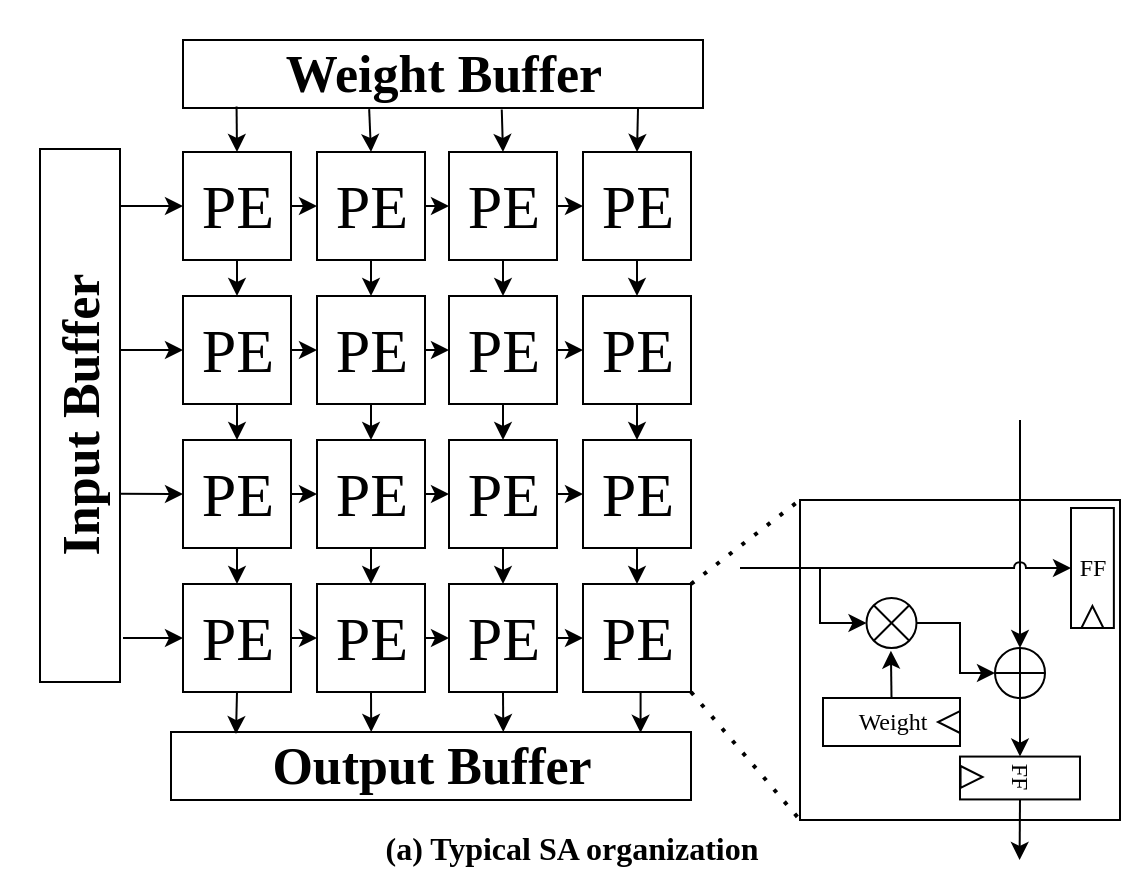
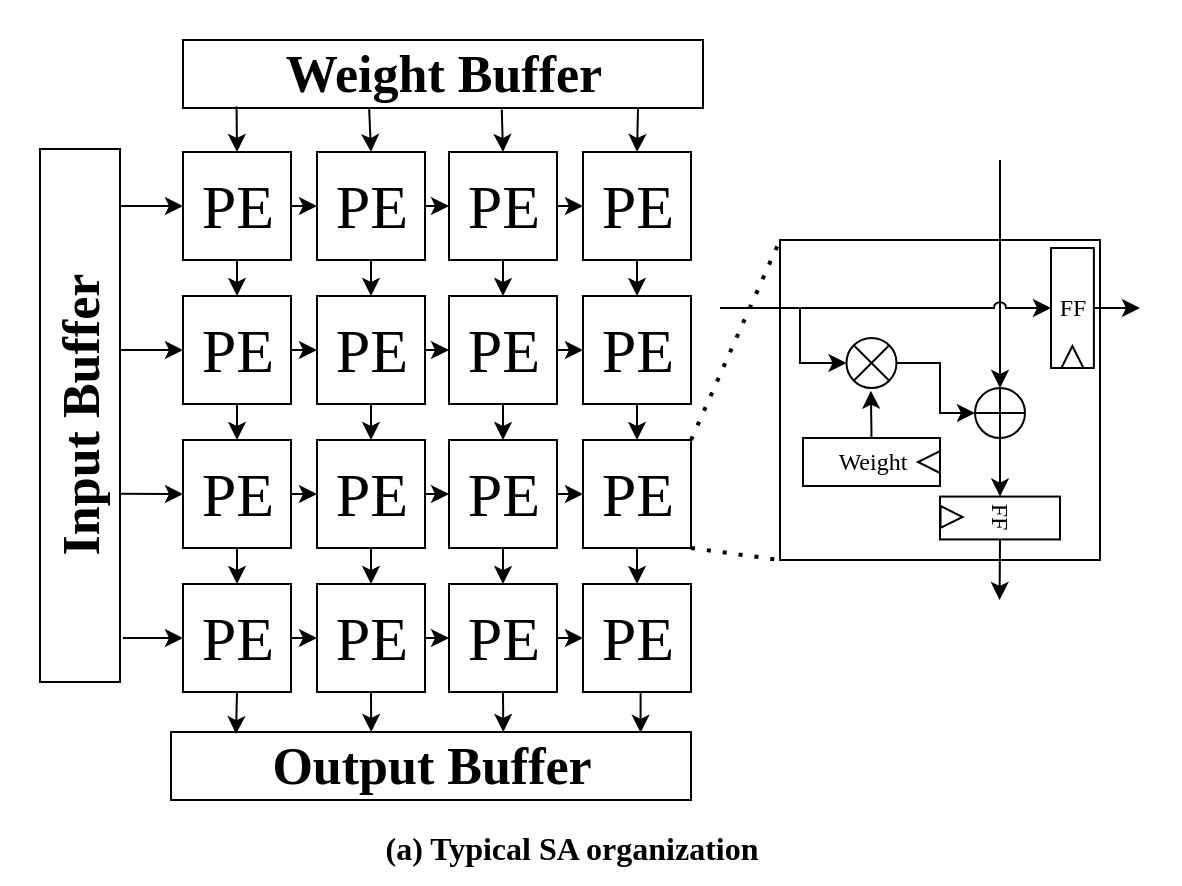
<mxfile host="app.diagrams.net">
  <diagram name="第 1 页" id="MTbq0-NKE9sr4TgVQGum">
    <mxGraphModel dx="728" dy="400" grid="1" gridSize="10" guides="1" tooltips="1" connect="1" arrows="1" fold="1" page="1" pageScale="1" pageWidth="827" pageHeight="1169" math="0" shadow="0">
      <root>
        <mxCell id="0" />
        <mxCell id="1" parent="0" />
        <mxCell id="c-zWKN-_BSrZwwv6UWUC-82" parent="1" style="rounded=0;whiteSpace=wrap;html=1;fillColor=none;strokeColor=none;movable=0;resizable=0;rotatable=0;deletable=0;editable=0;locked=1;connectable=0;" value="" vertex="1">
-           <mxGeometry height="442" width="561.5" x="220" y="230" as="geometry" />
+           <mxGeometry height="442" width="590" x="220" y="230" as="geometry" />
        </mxCell>
        <mxCell id="c-zWKN-_BSrZwwv6UWUC-2" parent="1" style="text;html=1;strokeColor=none;fillColor=none;align=center;verticalAlign=middle;whiteSpace=wrap;rounded=0;fontSize=16;fontFamily=Times New Roman;" value="&lt;b&gt;(a) Typical SA organization&lt;/b&gt;" vertex="1">
          <mxGeometry height="28" width="310" x="350.75" y="640" as="geometry" />
        </mxCell>
        <mxCell id="c-zWKN-_BSrZwwv6UWUC-5" parent="1" style="rounded=0;whiteSpace=wrap;html=1;strokeColor=#000000;fillColor=#ffffff;fontSize=12;fontSize=12;fontFamily=Times New Roman;" value="&lt;b&gt;&lt;font style=&quot;font-size: 26px;&quot;&gt;Weight Buffer&lt;/font&gt;&lt;/b&gt;" vertex="1">
          <mxGeometry height="34" width="260" x="311.5" y="250" as="geometry" />
        </mxCell>
        <mxCell id="c-zWKN-_BSrZwwv6UWUC-6" parent="1" style="rounded=0;whiteSpace=wrap;html=1;strokeColor=#000000;fillColor=#ffffff;fontSize=12;direction=west;rotation=-90;fontSize=12;fontFamily=Times New Roman;" value="&lt;b&gt;&lt;font style=&quot;font-size: 26px;&quot;&gt;Input Buffer&lt;/font&gt;&lt;/b&gt;" vertex="1">
          <mxGeometry height="40" width="266.5" x="126.75" y="417.75" as="geometry" />
        </mxCell>
        <mxCell id="c-zWKN-_BSrZwwv6UWUC-7" parent="1" style="rounded=0;whiteSpace=wrap;html=1;strokeColor=#000000;fillColor=#ffffff;fontSize=12;fontSize=12;fontFamily=Times New Roman;" value="&lt;b&gt;&lt;font style=&quot;font-size: 26px;&quot;&gt;Output Buffer&lt;/font&gt;&lt;/b&gt;" vertex="1">
          <mxGeometry height="34" width="260" x="305.5" y="596" as="geometry" />
        </mxCell>
        <mxCell id="c-zWKN-_BSrZwwv6UWUC-8" connectable="0" parent="1" style="group" value="" vertex="1">
          <mxGeometry height="54" width="254" x="311.5" y="306" as="geometry" />
        </mxCell>
        <mxCell id="c-zWKN-_BSrZwwv6UWUC-9" edge="1" parent="c-zWKN-_BSrZwwv6UWUC-8" source="c-zWKN-_BSrZwwv6UWUC-10" style="edgeStyle=orthogonalEdgeStyle;rounded=0;orthogonalLoop=1;jettySize=auto;html=1;exitX=1;exitY=0.5;exitDx=0;exitDy=0;entryX=0;entryY=0.5;entryDx=0;entryDy=0;fontFamily=Times New Roman;fontSize=12;fontColor=default;" target="c-zWKN-_BSrZwwv6UWUC-12">
          <mxGeometry relative="1" as="geometry" />
        </mxCell>
        <mxCell id="c-zWKN-_BSrZwwv6UWUC-10" parent="c-zWKN-_BSrZwwv6UWUC-8" style="whiteSpace=wrap;html=1;aspect=fixed;fontFamily=Times New Roman;" value="&lt;font style=&quot;font-size: 31px;&quot;&gt;PE&lt;/font&gt;" vertex="1">
          <mxGeometry height="54" width="54" as="geometry" />
        </mxCell>
        <mxCell id="c-zWKN-_BSrZwwv6UWUC-11" edge="1" parent="c-zWKN-_BSrZwwv6UWUC-8" source="c-zWKN-_BSrZwwv6UWUC-12" style="edgeStyle=orthogonalEdgeStyle;rounded=0;orthogonalLoop=1;jettySize=auto;html=1;exitX=1;exitY=0.5;exitDx=0;exitDy=0;entryX=0;entryY=0.5;entryDx=0;entryDy=0;fontFamily=Times New Roman;fontSize=12;fontColor=default;" target="c-zWKN-_BSrZwwv6UWUC-14">
          <mxGeometry relative="1" as="geometry" />
        </mxCell>
        <mxCell id="c-zWKN-_BSrZwwv6UWUC-12" parent="c-zWKN-_BSrZwwv6UWUC-8" style="whiteSpace=wrap;html=1;aspect=fixed;fontFamily=Times New Roman;" value="&lt;font style=&quot;font-size: 31px;&quot;&gt;PE&lt;/font&gt;" vertex="1">
          <mxGeometry height="54" width="54" x="67" as="geometry" />
        </mxCell>
        <mxCell id="c-zWKN-_BSrZwwv6UWUC-13" edge="1" parent="c-zWKN-_BSrZwwv6UWUC-8" source="c-zWKN-_BSrZwwv6UWUC-14" style="edgeStyle=orthogonalEdgeStyle;rounded=0;orthogonalLoop=1;jettySize=auto;html=1;exitX=1;exitY=0.5;exitDx=0;exitDy=0;entryX=0;entryY=0.5;entryDx=0;entryDy=0;fontFamily=Times New Roman;fontSize=12;fontColor=default;" target="c-zWKN-_BSrZwwv6UWUC-15">
          <mxGeometry relative="1" as="geometry" />
        </mxCell>
        <mxCell id="c-zWKN-_BSrZwwv6UWUC-14" parent="c-zWKN-_BSrZwwv6UWUC-8" style="whiteSpace=wrap;html=1;aspect=fixed;fontFamily=Times New Roman;" value="&lt;font style=&quot;font-size: 31px;&quot;&gt;PE&lt;/font&gt;" vertex="1">
          <mxGeometry height="54" width="54" x="133" as="geometry" />
        </mxCell>
        <mxCell id="c-zWKN-_BSrZwwv6UWUC-15" parent="c-zWKN-_BSrZwwv6UWUC-8" style="whiteSpace=wrap;html=1;aspect=fixed;fontFamily=Times New Roman;" value="&lt;font style=&quot;font-size: 31px;&quot;&gt;PE&lt;/font&gt;" vertex="1">
          <mxGeometry height="54" width="54" x="200" as="geometry" />
        </mxCell>
        <mxCell id="c-zWKN-_BSrZwwv6UWUC-16" connectable="0" parent="1" style="group" value="" vertex="1">
          <mxGeometry height="54" width="254" x="311.5" y="378" as="geometry" />
        </mxCell>
        <mxCell id="c-zWKN-_BSrZwwv6UWUC-17" edge="1" parent="c-zWKN-_BSrZwwv6UWUC-16" source="c-zWKN-_BSrZwwv6UWUC-18" style="edgeStyle=orthogonalEdgeStyle;rounded=0;orthogonalLoop=1;jettySize=auto;html=1;exitX=1;exitY=0.5;exitDx=0;exitDy=0;entryX=0;entryY=0.5;entryDx=0;entryDy=0;fontFamily=Times New Roman;fontSize=12;fontColor=default;" target="c-zWKN-_BSrZwwv6UWUC-20">
          <mxGeometry relative="1" as="geometry" />
        </mxCell>
        <mxCell id="c-zWKN-_BSrZwwv6UWUC-18" parent="c-zWKN-_BSrZwwv6UWUC-16" style="whiteSpace=wrap;html=1;aspect=fixed;fontFamily=Times New Roman;" value="&lt;font style=&quot;font-size: 31px;&quot;&gt;PE&lt;/font&gt;" vertex="1">
          <mxGeometry height="54" width="54" as="geometry" />
        </mxCell>
        <mxCell id="c-zWKN-_BSrZwwv6UWUC-19" edge="1" parent="c-zWKN-_BSrZwwv6UWUC-16" source="c-zWKN-_BSrZwwv6UWUC-20" style="edgeStyle=orthogonalEdgeStyle;rounded=0;orthogonalLoop=1;jettySize=auto;html=1;exitX=1;exitY=0.5;exitDx=0;exitDy=0;entryX=0;entryY=0.5;entryDx=0;entryDy=0;fontFamily=Times New Roman;fontSize=12;fontColor=default;" target="c-zWKN-_BSrZwwv6UWUC-22">
          <mxGeometry relative="1" as="geometry" />
        </mxCell>
        <mxCell id="c-zWKN-_BSrZwwv6UWUC-20" parent="c-zWKN-_BSrZwwv6UWUC-16" style="whiteSpace=wrap;html=1;aspect=fixed;fontFamily=Times New Roman;" value="&lt;font style=&quot;font-size: 31px;&quot;&gt;PE&lt;/font&gt;" vertex="1">
          <mxGeometry height="54" width="54" x="67" as="geometry" />
        </mxCell>
        <mxCell id="c-zWKN-_BSrZwwv6UWUC-21" edge="1" parent="c-zWKN-_BSrZwwv6UWUC-16" source="c-zWKN-_BSrZwwv6UWUC-22" style="edgeStyle=orthogonalEdgeStyle;rounded=0;orthogonalLoop=1;jettySize=auto;html=1;exitX=1;exitY=0.5;exitDx=0;exitDy=0;entryX=0;entryY=0.5;entryDx=0;entryDy=0;fontFamily=Times New Roman;fontSize=12;fontColor=default;" target="c-zWKN-_BSrZwwv6UWUC-23">
          <mxGeometry relative="1" as="geometry" />
        </mxCell>
        <mxCell id="c-zWKN-_BSrZwwv6UWUC-22" parent="c-zWKN-_BSrZwwv6UWUC-16" style="whiteSpace=wrap;html=1;aspect=fixed;fontFamily=Times New Roman;" value="&lt;font style=&quot;font-size: 31px;&quot;&gt;PE&lt;/font&gt;" vertex="1">
          <mxGeometry height="54" width="54" x="133" as="geometry" />
        </mxCell>
        <mxCell id="c-zWKN-_BSrZwwv6UWUC-23" parent="c-zWKN-_BSrZwwv6UWUC-16" style="whiteSpace=wrap;html=1;aspect=fixed;fontFamily=Times New Roman;" value="&lt;font style=&quot;font-size: 31px;&quot;&gt;PE&lt;/font&gt;" vertex="1">
          <mxGeometry height="54" width="54" x="200" as="geometry" />
        </mxCell>
        <mxCell id="c-zWKN-_BSrZwwv6UWUC-24" connectable="0" parent="1" style="group" value="" vertex="1">
          <mxGeometry height="54" width="254" x="311.5" y="450" as="geometry" />
        </mxCell>
        <mxCell id="c-zWKN-_BSrZwwv6UWUC-25" edge="1" parent="c-zWKN-_BSrZwwv6UWUC-24" source="c-zWKN-_BSrZwwv6UWUC-26" style="edgeStyle=orthogonalEdgeStyle;rounded=0;orthogonalLoop=1;jettySize=auto;html=1;exitX=1;exitY=0.5;exitDx=0;exitDy=0;entryX=0;entryY=0.5;entryDx=0;entryDy=0;fontFamily=Times New Roman;fontSize=12;fontColor=default;" target="c-zWKN-_BSrZwwv6UWUC-28">
          <mxGeometry relative="1" as="geometry" />
        </mxCell>
        <mxCell id="c-zWKN-_BSrZwwv6UWUC-26" parent="c-zWKN-_BSrZwwv6UWUC-24" style="whiteSpace=wrap;html=1;aspect=fixed;fontFamily=Times New Roman;" value="&lt;font style=&quot;font-size: 31px;&quot;&gt;PE&lt;/font&gt;" vertex="1">
          <mxGeometry height="54" width="54" as="geometry" />
        </mxCell>
        <mxCell id="c-zWKN-_BSrZwwv6UWUC-27" edge="1" parent="c-zWKN-_BSrZwwv6UWUC-24" source="c-zWKN-_BSrZwwv6UWUC-28" style="edgeStyle=orthogonalEdgeStyle;rounded=0;orthogonalLoop=1;jettySize=auto;html=1;exitX=1;exitY=0.5;exitDx=0;exitDy=0;entryX=0;entryY=0.5;entryDx=0;entryDy=0;fontFamily=Times New Roman;fontSize=12;fontColor=default;" target="c-zWKN-_BSrZwwv6UWUC-30">
          <mxGeometry relative="1" as="geometry" />
        </mxCell>
        <mxCell id="c-zWKN-_BSrZwwv6UWUC-28" parent="c-zWKN-_BSrZwwv6UWUC-24" style="whiteSpace=wrap;html=1;aspect=fixed;fontFamily=Times New Roman;" value="&lt;font style=&quot;font-size: 31px;&quot;&gt;PE&lt;/font&gt;" vertex="1">
          <mxGeometry height="54" width="54" x="67" as="geometry" />
        </mxCell>
        <mxCell id="c-zWKN-_BSrZwwv6UWUC-29" edge="1" parent="c-zWKN-_BSrZwwv6UWUC-24" source="c-zWKN-_BSrZwwv6UWUC-30" style="edgeStyle=orthogonalEdgeStyle;rounded=0;orthogonalLoop=1;jettySize=auto;html=1;exitX=1;exitY=0.5;exitDx=0;exitDy=0;entryX=0;entryY=0.5;entryDx=0;entryDy=0;fontFamily=Times New Roman;fontSize=12;fontColor=default;" target="c-zWKN-_BSrZwwv6UWUC-31">
          <mxGeometry relative="1" as="geometry" />
        </mxCell>
        <mxCell id="c-zWKN-_BSrZwwv6UWUC-30" parent="c-zWKN-_BSrZwwv6UWUC-24" style="whiteSpace=wrap;html=1;aspect=fixed;fontFamily=Times New Roman;" value="&lt;font style=&quot;font-size: 31px;&quot;&gt;PE&lt;/font&gt;" vertex="1">
          <mxGeometry height="54" width="54" x="133" as="geometry" />
        </mxCell>
        <mxCell id="c-zWKN-_BSrZwwv6UWUC-31" parent="c-zWKN-_BSrZwwv6UWUC-24" style="whiteSpace=wrap;html=1;aspect=fixed;fontFamily=Times New Roman;" value="&lt;font style=&quot;font-size: 31px;&quot;&gt;PE&lt;/font&gt;" vertex="1">
          <mxGeometry height="54" width="54" x="200" as="geometry" />
        </mxCell>
        <mxCell id="c-zWKN-_BSrZwwv6UWUC-57" edge="1" parent="1" source="c-zWKN-_BSrZwwv6UWUC-10" style="edgeStyle=orthogonalEdgeStyle;rounded=0;orthogonalLoop=1;jettySize=auto;html=1;exitX=0;exitY=0.5;exitDx=0;exitDy=0;entryX=0.105;entryY=0.003;entryDx=0;entryDy=0;entryPerimeter=0;fontFamily=Times New Roman;fontSize=12;fontColor=default;startArrow=classic;startFill=1;endArrow=none;endFill=0;" target="c-zWKN-_BSrZwwv6UWUC-6">
          <mxGeometry relative="1" as="geometry" />
        </mxCell>
        <mxCell id="c-zWKN-_BSrZwwv6UWUC-58" edge="1" parent="1" source="c-zWKN-_BSrZwwv6UWUC-18" style="edgeStyle=orthogonalEdgeStyle;rounded=0;orthogonalLoop=1;jettySize=auto;html=1;exitX=0;exitY=0.5;exitDx=0;exitDy=0;fontFamily=Times New Roman;fontSize=12;fontColor=default;startArrow=classic;startFill=1;endArrow=none;endFill=0;entryX=0.376;entryY=0.001;entryDx=0;entryDy=0;entryPerimeter=0;" target="c-zWKN-_BSrZwwv6UWUC-6">
          <mxGeometry relative="1" as="geometry">
            <mxPoint x="281.5" y="405" as="targetPoint" />
          </mxGeometry>
        </mxCell>
        <mxCell id="c-zWKN-_BSrZwwv6UWUC-59" edge="1" parent="1" source="c-zWKN-_BSrZwwv6UWUC-26" style="rounded=0;orthogonalLoop=1;jettySize=auto;html=1;exitX=0;exitY=0.5;exitDx=0;exitDy=0;fontFamily=Times New Roman;fontSize=12;fontColor=default;startArrow=classic;startFill=1;endArrow=none;endFill=0;entryX=0.647;entryY=0.007;entryDx=0;entryDy=0;entryPerimeter=0;" target="c-zWKN-_BSrZwwv6UWUC-6">
          <mxGeometry relative="1" as="geometry">
            <mxPoint x="281.5" y="480" as="targetPoint" />
          </mxGeometry>
        </mxCell>
        <mxCell id="c-zWKN-_BSrZwwv6UWUC-61" edge="1" parent="1" source="c-zWKN-_BSrZwwv6UWUC-18" style="edgeStyle=orthogonalEdgeStyle;rounded=0;orthogonalLoop=1;jettySize=auto;html=1;exitX=0.5;exitY=1;exitDx=0;exitDy=0;entryX=0.5;entryY=0;entryDx=0;entryDy=0;fontFamily=Times New Roman;fontSize=12;fontColor=default;" target="c-zWKN-_BSrZwwv6UWUC-26">
          <mxGeometry relative="1" as="geometry" />
        </mxCell>
        <mxCell id="c-zWKN-_BSrZwwv6UWUC-62" edge="1" parent="1" source="c-zWKN-_BSrZwwv6UWUC-26" style="edgeStyle=orthogonalEdgeStyle;rounded=0;orthogonalLoop=1;jettySize=auto;html=1;exitX=0.5;exitY=1;exitDx=0;exitDy=0;entryX=0.5;entryY=0;entryDx=0;entryDy=0;fontFamily=Times New Roman;fontSize=12;fontColor=default;" target="c-zWKN-_BSrZwwv6UWUC-35">
          <mxGeometry relative="1" as="geometry" />
        </mxCell>
        <mxCell id="c-zWKN-_BSrZwwv6UWUC-63" edge="1" parent="1" source="c-zWKN-_BSrZwwv6UWUC-12" style="edgeStyle=orthogonalEdgeStyle;rounded=0;orthogonalLoop=1;jettySize=auto;html=1;exitX=0.5;exitY=1;exitDx=0;exitDy=0;entryX=0.5;entryY=0;entryDx=0;entryDy=0;fontFamily=Times New Roman;fontSize=12;fontColor=default;" target="c-zWKN-_BSrZwwv6UWUC-20">
          <mxGeometry relative="1" as="geometry" />
        </mxCell>
        <mxCell id="c-zWKN-_BSrZwwv6UWUC-64" edge="1" parent="1" source="c-zWKN-_BSrZwwv6UWUC-20" style="edgeStyle=orthogonalEdgeStyle;rounded=0;orthogonalLoop=1;jettySize=auto;html=1;exitX=0.5;exitY=1;exitDx=0;exitDy=0;entryX=0.5;entryY=0;entryDx=0;entryDy=0;fontFamily=Times New Roman;fontSize=12;fontColor=default;" target="c-zWKN-_BSrZwwv6UWUC-28">
          <mxGeometry relative="1" as="geometry" />
        </mxCell>
        <mxCell id="c-zWKN-_BSrZwwv6UWUC-65" edge="1" parent="1" source="c-zWKN-_BSrZwwv6UWUC-28" style="edgeStyle=orthogonalEdgeStyle;rounded=0;orthogonalLoop=1;jettySize=auto;html=1;exitX=0.5;exitY=1;exitDx=0;exitDy=0;entryX=0.5;entryY=0;entryDx=0;entryDy=0;fontFamily=Times New Roman;fontSize=12;fontColor=default;" target="c-zWKN-_BSrZwwv6UWUC-37">
          <mxGeometry relative="1" as="geometry" />
        </mxCell>
        <mxCell id="c-zWKN-_BSrZwwv6UWUC-66" edge="1" parent="1" source="c-zWKN-_BSrZwwv6UWUC-14" style="edgeStyle=orthogonalEdgeStyle;rounded=0;orthogonalLoop=1;jettySize=auto;html=1;exitX=0.5;exitY=1;exitDx=0;exitDy=0;entryX=0.5;entryY=0;entryDx=0;entryDy=0;fontFamily=Times New Roman;fontSize=12;fontColor=default;" target="c-zWKN-_BSrZwwv6UWUC-22">
          <mxGeometry relative="1" as="geometry" />
        </mxCell>
        <mxCell id="c-zWKN-_BSrZwwv6UWUC-67" edge="1" parent="1" source="c-zWKN-_BSrZwwv6UWUC-22" style="edgeStyle=orthogonalEdgeStyle;rounded=0;orthogonalLoop=1;jettySize=auto;html=1;exitX=0.5;exitY=1;exitDx=0;exitDy=0;entryX=0.5;entryY=0;entryDx=0;entryDy=0;fontFamily=Times New Roman;fontSize=12;fontColor=default;" target="c-zWKN-_BSrZwwv6UWUC-30">
          <mxGeometry relative="1" as="geometry" />
        </mxCell>
        <mxCell id="c-zWKN-_BSrZwwv6UWUC-68" edge="1" parent="1" source="c-zWKN-_BSrZwwv6UWUC-30" style="edgeStyle=orthogonalEdgeStyle;rounded=0;orthogonalLoop=1;jettySize=auto;html=1;exitX=0.5;exitY=1;exitDx=0;exitDy=0;entryX=0.5;entryY=0;entryDx=0;entryDy=0;fontFamily=Times New Roman;fontSize=12;fontColor=default;" target="c-zWKN-_BSrZwwv6UWUC-39">
          <mxGeometry relative="1" as="geometry" />
        </mxCell>
        <mxCell id="c-zWKN-_BSrZwwv6UWUC-69" edge="1" parent="1" source="c-zWKN-_BSrZwwv6UWUC-15" style="edgeStyle=orthogonalEdgeStyle;rounded=0;orthogonalLoop=1;jettySize=auto;html=1;exitX=0.5;exitY=1;exitDx=0;exitDy=0;entryX=0.5;entryY=0;entryDx=0;entryDy=0;fontFamily=Times New Roman;fontSize=12;fontColor=default;" target="c-zWKN-_BSrZwwv6UWUC-23">
          <mxGeometry relative="1" as="geometry" />
        </mxCell>
        <mxCell id="c-zWKN-_BSrZwwv6UWUC-70" edge="1" parent="1" source="c-zWKN-_BSrZwwv6UWUC-23" style="edgeStyle=orthogonalEdgeStyle;rounded=0;orthogonalLoop=1;jettySize=auto;html=1;exitX=0.5;exitY=1;exitDx=0;exitDy=0;entryX=0.5;entryY=0;entryDx=0;entryDy=0;fontFamily=Times New Roman;fontSize=12;fontColor=default;" target="c-zWKN-_BSrZwwv6UWUC-31">
          <mxGeometry relative="1" as="geometry" />
        </mxCell>
        <mxCell id="c-zWKN-_BSrZwwv6UWUC-71" edge="1" parent="1" source="c-zWKN-_BSrZwwv6UWUC-31" style="edgeStyle=orthogonalEdgeStyle;rounded=0;orthogonalLoop=1;jettySize=auto;html=1;exitX=0.5;exitY=1;exitDx=0;exitDy=0;fontFamily=Times New Roman;fontSize=12;fontColor=default;entryX=0.5;entryY=0;entryDx=0;entryDy=0;" target="c-zWKN-_BSrZwwv6UWUC-40">
          <mxGeometry relative="1" as="geometry">
            <mxPoint x="538.5" y="520" as="targetPoint" />
          </mxGeometry>
        </mxCell>
        <mxCell id="c-zWKN-_BSrZwwv6UWUC-72" edge="1" parent="1" source="c-zWKN-_BSrZwwv6UWUC-35" style="edgeStyle=orthogonalEdgeStyle;rounded=0;orthogonalLoop=1;jettySize=auto;html=1;exitX=0.5;exitY=1;exitDx=0;exitDy=0;entryX=0.125;entryY=0.031;entryDx=0;entryDy=0;entryPerimeter=0;fontFamily=Times New Roman;fontSize=12;fontColor=default;" target="c-zWKN-_BSrZwwv6UWUC-7">
          <mxGeometry relative="1" as="geometry" />
        </mxCell>
        <mxCell id="c-zWKN-_BSrZwwv6UWUC-73" edge="1" parent="1" source="c-zWKN-_BSrZwwv6UWUC-39" style="edgeStyle=orthogonalEdgeStyle;rounded=0;orthogonalLoop=1;jettySize=auto;html=1;exitX=0.5;exitY=1;exitDx=0;exitDy=0;entryX=0.639;entryY=0;entryDx=0;entryDy=0;entryPerimeter=0;fontFamily=Times New Roman;fontSize=12;fontColor=default;" target="c-zWKN-_BSrZwwv6UWUC-7">
          <mxGeometry relative="1" as="geometry" />
        </mxCell>
        <mxCell id="c-zWKN-_BSrZwwv6UWUC-74" edge="1" parent="1" source="c-zWKN-_BSrZwwv6UWUC-37" style="edgeStyle=orthogonalEdgeStyle;rounded=0;orthogonalLoop=1;jettySize=auto;html=1;exitX=0.5;exitY=1;exitDx=0;exitDy=0;entryX=0.385;entryY=0;entryDx=0;entryDy=0;entryPerimeter=0;fontFamily=Times New Roman;fontSize=12;fontColor=default;" target="c-zWKN-_BSrZwwv6UWUC-7">
          <mxGeometry relative="1" as="geometry" />
        </mxCell>
        <mxCell id="c-zWKN-_BSrZwwv6UWUC-75" edge="1" parent="1" source="c-zWKN-_BSrZwwv6UWUC-40" style="edgeStyle=orthogonalEdgeStyle;rounded=0;orthogonalLoop=1;jettySize=auto;html=1;exitX=0.5;exitY=1;exitDx=0;exitDy=0;entryX=0.903;entryY=0.012;entryDx=0;entryDy=0;entryPerimeter=0;fontFamily=Times New Roman;fontSize=12;fontColor=default;" target="c-zWKN-_BSrZwwv6UWUC-7">
          <mxGeometry relative="1" as="geometry" />
        </mxCell>
        <mxCell id="c-zWKN-_BSrZwwv6UWUC-76" edge="1" parent="1" source="c-zWKN-_BSrZwwv6UWUC-10" style="edgeStyle=orthogonalEdgeStyle;rounded=0;orthogonalLoop=1;jettySize=auto;html=1;exitX=0.5;exitY=1;exitDx=0;exitDy=0;entryX=0.5;entryY=0;entryDx=0;entryDy=0;fontFamily=Times New Roman;fontSize=12;fontColor=default;" target="c-zWKN-_BSrZwwv6UWUC-18">
          <mxGeometry relative="1" as="geometry" />
        </mxCell>
        <mxCell id="c-zWKN-_BSrZwwv6UWUC-77" edge="1" parent="1" source="c-zWKN-_BSrZwwv6UWUC-10" style="edgeStyle=orthogonalEdgeStyle;rounded=0;orthogonalLoop=1;jettySize=auto;html=1;exitX=0.5;exitY=0;exitDx=0;exitDy=0;entryX=0.103;entryY=0.979;entryDx=0;entryDy=0;entryPerimeter=0;fontFamily=Times New Roman;fontSize=12;fontColor=default;startArrow=classic;startFill=1;endArrow=none;endFill=0;" target="c-zWKN-_BSrZwwv6UWUC-5">
          <mxGeometry relative="1" as="geometry" />
        </mxCell>
        <mxCell id="c-zWKN-_BSrZwwv6UWUC-78" edge="1" parent="1" source="c-zWKN-_BSrZwwv6UWUC-12" style="edgeStyle=orthogonalEdgeStyle;rounded=0;orthogonalLoop=1;jettySize=auto;html=1;exitX=0.5;exitY=0;exitDx=0;exitDy=0;entryX=0.358;entryY=1.016;entryDx=0;entryDy=0;entryPerimeter=0;fontFamily=Times New Roman;fontSize=12;fontColor=default;startArrow=classic;startFill=1;endArrow=none;endFill=0;" target="c-zWKN-_BSrZwwv6UWUC-5">
          <mxGeometry relative="1" as="geometry" />
        </mxCell>
        <mxCell id="c-zWKN-_BSrZwwv6UWUC-79" edge="1" parent="1" source="c-zWKN-_BSrZwwv6UWUC-14" style="edgeStyle=orthogonalEdgeStyle;rounded=0;orthogonalLoop=1;jettySize=auto;html=1;exitX=0.5;exitY=0;exitDx=0;exitDy=0;entryX=0.613;entryY=1.022;entryDx=0;entryDy=0;entryPerimeter=0;fontFamily=Times New Roman;fontSize=12;fontColor=default;startArrow=classic;startFill=1;endArrow=none;endFill=0;" target="c-zWKN-_BSrZwwv6UWUC-5">
          <mxGeometry relative="1" as="geometry" />
        </mxCell>
        <mxCell id="c-zWKN-_BSrZwwv6UWUC-80" edge="1" parent="1" source="c-zWKN-_BSrZwwv6UWUC-15" style="edgeStyle=orthogonalEdgeStyle;rounded=0;orthogonalLoop=1;jettySize=auto;html=1;exitX=0.5;exitY=0;exitDx=0;exitDy=0;entryX=0.875;entryY=1.016;entryDx=0;entryDy=0;entryPerimeter=0;fontFamily=Times New Roman;fontSize=12;fontColor=default;startArrow=classic;startFill=1;endArrow=none;endFill=0;" target="c-zWKN-_BSrZwwv6UWUC-5">
          <mxGeometry relative="1" as="geometry" />
        </mxCell>
        <mxCell id="c-zWKN-_BSrZwwv6UWUC-33" edge="1" parent="1" source="c-zWKN-_BSrZwwv6UWUC-35" style="edgeStyle=orthogonalEdgeStyle;rounded=0;orthogonalLoop=1;jettySize=auto;html=1;exitX=0;exitY=0.5;exitDx=0;exitDy=0;fontFamily=Times New Roman;fontSize=12;fontColor=default;startArrow=classic;startFill=1;endArrow=none;endFill=0;">
          <mxGeometry relative="1" as="geometry">
            <mxPoint x="281.5" y="548.8571428571429" as="targetPoint" />
          </mxGeometry>
        </mxCell>
        <mxCell id="c-zWKN-_BSrZwwv6UWUC-34" edge="1" parent="1" source="c-zWKN-_BSrZwwv6UWUC-35" style="edgeStyle=orthogonalEdgeStyle;rounded=0;orthogonalLoop=1;jettySize=auto;html=1;exitX=1;exitY=0.5;exitDx=0;exitDy=0;entryX=0;entryY=0.5;entryDx=0;entryDy=0;fontFamily=Times New Roman;fontSize=12;fontColor=default;" target="c-zWKN-_BSrZwwv6UWUC-37">
          <mxGeometry relative="1" as="geometry" />
        </mxCell>
        <mxCell id="c-zWKN-_BSrZwwv6UWUC-35" parent="1" style="whiteSpace=wrap;html=1;aspect=fixed;fontFamily=Times New Roman;" value="&lt;font style=&quot;font-size: 31px;&quot;&gt;PE&lt;/font&gt;" vertex="1">
          <mxGeometry height="54" width="54" x="311.5" y="522" as="geometry" />
        </mxCell>
        <mxCell id="c-zWKN-_BSrZwwv6UWUC-36" edge="1" parent="1" source="c-zWKN-_BSrZwwv6UWUC-37" style="edgeStyle=orthogonalEdgeStyle;rounded=0;orthogonalLoop=1;jettySize=auto;html=1;exitX=1;exitY=0.5;exitDx=0;exitDy=0;entryX=0;entryY=0.5;entryDx=0;entryDy=0;fontFamily=Times New Roman;fontSize=12;fontColor=default;" target="c-zWKN-_BSrZwwv6UWUC-39">
          <mxGeometry relative="1" as="geometry" />
        </mxCell>
        <mxCell id="c-zWKN-_BSrZwwv6UWUC-37" parent="1" style="whiteSpace=wrap;html=1;aspect=fixed;fontFamily=Times New Roman;" value="&lt;font style=&quot;font-size: 31px;&quot;&gt;PE&lt;/font&gt;" vertex="1">
          <mxGeometry height="54" width="54" x="378.5" y="522" as="geometry" />
        </mxCell>
        <mxCell id="c-zWKN-_BSrZwwv6UWUC-38" edge="1" parent="1" source="c-zWKN-_BSrZwwv6UWUC-39" style="edgeStyle=orthogonalEdgeStyle;rounded=0;orthogonalLoop=1;jettySize=auto;html=1;exitX=1;exitY=0.5;exitDx=0;exitDy=0;entryX=0;entryY=0.5;entryDx=0;entryDy=0;fontFamily=Times New Roman;fontSize=12;fontColor=default;" target="c-zWKN-_BSrZwwv6UWUC-40">
          <mxGeometry relative="1" as="geometry" />
        </mxCell>
        <mxCell id="c-zWKN-_BSrZwwv6UWUC-39" parent="1" style="whiteSpace=wrap;html=1;aspect=fixed;fontFamily=Times New Roman;" value="&lt;font style=&quot;font-size: 31px;&quot;&gt;PE&lt;/font&gt;" vertex="1">
          <mxGeometry height="54" width="54" x="444.5" y="522" as="geometry" />
        </mxCell>
        <mxCell id="c-zWKN-_BSrZwwv6UWUC-40" parent="1" style="whiteSpace=wrap;html=1;aspect=fixed;fontFamily=Times New Roman;" value="&lt;font style=&quot;font-size: 31px;&quot;&gt;PE&lt;/font&gt;" vertex="1">
          <mxGeometry height="54" width="54" x="511.5" y="522" as="geometry" />
        </mxCell>
        <mxCell id="c-zWKN-_BSrZwwv6UWUC-84" connectable="0" parent="1" style="group" value="" vertex="1">
-           <mxGeometry height="220" width="190" x="590" y="440" as="geometry" />
+           <mxGeometry height="220" width="190" x="580" y="310" as="geometry" />
        </mxCell>
        <mxCell id="c-zWKN-_BSrZwwv6UWUC-4" parent="c-zWKN-_BSrZwwv6UWUC-84" style="whiteSpace=wrap;html=1;aspect=fixed;container=0;movable=1;resizable=1;rotatable=1;deletable=1;editable=1;locked=0;connectable=1;fontFamily=Times New Roman;" value="" vertex="1">
          <mxGeometry height="160" width="160" x="30" y="40" as="geometry" />
        </mxCell>
        <mxCell id="c-zWKN-_BSrZwwv6UWUC-41" edge="1" parent="c-zWKN-_BSrZwwv6UWUC-84" source="c-zWKN-_BSrZwwv6UWUC-45" style="edgeStyle=orthogonalEdgeStyle;rounded=0;orthogonalLoop=1;jettySize=auto;html=1;exitX=0.5;exitY=0;exitDx=0;exitDy=0;endArrow=none;endFill=0;startArrow=classic;startFill=1;movable=1;resizable=1;rotatable=1;deletable=1;editable=1;locked=0;connectable=1;fontFamily=Times New Roman;">
          <mxGeometry relative="1" as="geometry">
            <Array as="points">
              <mxPoint x="140" y="10" />
            </Array>
            <mxPoint x="140" as="targetPoint" />
          </mxGeometry>
        </mxCell>
        <mxCell id="c-zWKN-_BSrZwwv6UWUC-42" edge="1" parent="c-zWKN-_BSrZwwv6UWUC-84" source="c-zWKN-_BSrZwwv6UWUC-43" style="edgeStyle=orthogonalEdgeStyle;rounded=0;orthogonalLoop=1;jettySize=auto;html=1;exitX=0.5;exitY=0;exitDx=0;exitDy=0;entryX=0;entryY=0.5;entryDx=0;entryDy=0;movable=1;resizable=1;rotatable=1;deletable=1;editable=1;locked=0;connectable=1;fontFamily=Times New Roman;" target="c-zWKN-_BSrZwwv6UWUC-45">
          <mxGeometry relative="1" as="geometry">
            <Array as="points">
              <mxPoint x="110" y="102" />
              <mxPoint x="110" y="126" />
            </Array>
          </mxGeometry>
        </mxCell>
        <mxCell id="c-zWKN-_BSrZwwv6UWUC-43" parent="c-zWKN-_BSrZwwv6UWUC-84" style="shape=sumEllipse;perimeter=ellipsePerimeter;whiteSpace=wrap;html=1;backgroundOutline=1;direction=south;container=0;movable=1;resizable=1;rotatable=1;deletable=1;editable=1;locked=0;connectable=1;fontFamily=Times New Roman;" value="" vertex="1">
          <mxGeometry height="25" width="25" x="63.25" y="89" as="geometry" />
        </mxCell>
        <mxCell id="c-zWKN-_BSrZwwv6UWUC-44" edge="1" parent="c-zWKN-_BSrZwwv6UWUC-84" source="c-zWKN-_BSrZwwv6UWUC-45" style="edgeStyle=orthogonalEdgeStyle;rounded=0;orthogonalLoop=1;jettySize=auto;html=1;exitX=0.5;exitY=1;exitDx=0;exitDy=0;entryX=0.5;entryY=1;entryDx=0;entryDy=0;movable=1;resizable=1;rotatable=1;deletable=1;editable=1;locked=0;connectable=1;fontFamily=Times New Roman;" target="c-zWKN-_BSrZwwv6UWUC-54">
          <mxGeometry relative="1" as="geometry">
            <Array as="points">
              <mxPoint x="140" y="160" />
              <mxPoint x="140" y="160" />
            </Array>
          </mxGeometry>
        </mxCell>
        <mxCell id="c-zWKN-_BSrZwwv6UWUC-45" parent="c-zWKN-_BSrZwwv6UWUC-84" style="shape=orEllipse;perimeter=ellipsePerimeter;whiteSpace=wrap;html=1;backgroundOutline=1;container=0;movable=1;resizable=1;rotatable=1;deletable=1;editable=1;locked=0;connectable=1;fontFamily=Times New Roman;" value="" vertex="1">
          <mxGeometry height="25" width="25" x="127.5" y="114" as="geometry" />
        </mxCell>
        <mxCell id="c-zWKN-_BSrZwwv6UWUC-46" edge="1" parent="c-zWKN-_BSrZwwv6UWUC-84" source="c-zWKN-_BSrZwwv6UWUC-51" style="edgeStyle=orthogonalEdgeStyle;rounded=0;orthogonalLoop=1;jettySize=auto;html=1;exitX=0.5;exitY=0;exitDx=0;exitDy=0;entryX=1.055;entryY=0.512;entryDx=0;entryDy=0;entryPerimeter=0;movable=1;resizable=1;rotatable=1;deletable=1;editable=1;locked=0;connectable=1;fontFamily=Times New Roman;" target="c-zWKN-_BSrZwwv6UWUC-43">
          <mxGeometry relative="1" as="geometry" />
        </mxCell>
        <mxCell id="c-zWKN-_BSrZwwv6UWUC-47" edge="1" parent="c-zWKN-_BSrZwwv6UWUC-84" style="edgeStyle=orthogonalEdgeStyle;rounded=0;orthogonalLoop=1;jettySize=auto;html=1;entryX=0.5;entryY=1;entryDx=0;entryDy=0;movable=1;resizable=1;rotatable=1;deletable=1;editable=1;locked=0;connectable=1;fontFamily=Times New Roman;" target="c-zWKN-_BSrZwwv6UWUC-43">
          <mxGeometry relative="1" as="geometry">
            <Array as="points">
              <mxPoint x="40" y="74" />
              <mxPoint x="40" y="102" />
            </Array>
            <mxPoint x="50" y="74" as="sourcePoint" />
          </mxGeometry>
        </mxCell>
        <mxCell id="c-zWKN-_BSrZwwv6UWUC-48" edge="1" parent="c-zWKN-_BSrZwwv6UWUC-84" source="c-zWKN-_BSrZwwv6UWUC-49" style="edgeStyle=orthogonalEdgeStyle;rounded=0;orthogonalLoop=1;jettySize=auto;html=1;jumpStyle=arc;startArrow=classic;startFill=1;endArrow=none;endFill=0;movable=1;resizable=1;rotatable=1;deletable=1;editable=1;locked=0;connectable=1;fontFamily=Times New Roman;">
          <mxGeometry relative="1" as="geometry">
            <mxPoint y="74" as="targetPoint" />
          </mxGeometry>
        </mxCell>
+         <mxCell id="Chf94-9w-nMwCHDlyZrI-1" edge="1" parent="c-zWKN-_BSrZwwv6UWUC-84" source="c-zWKN-_BSrZwwv6UWUC-49" style="edgeStyle=orthogonalEdgeStyle;rounded=0;orthogonalLoop=1;jettySize=auto;html=1;exitX=0.5;exitY=0;exitDx=0;exitDy=0;fontFamily=Helvetica;fontSize=12;fontColor=default;resizable=1;">
+           <mxGeometry relative="1" as="geometry">
+             <mxPoint x="210" y="73.80952380952374" as="targetPoint" />
+           </mxGeometry>
+         </mxCell>
        <mxCell id="c-zWKN-_BSrZwwv6UWUC-49" parent="c-zWKN-_BSrZwwv6UWUC-84" style="rounded=0;whiteSpace=wrap;html=1;direction=south;container=0;movable=1;resizable=1;rotatable=1;deletable=1;editable=1;locked=0;connectable=1;fontFamily=Times New Roman;" value="FF" vertex="1">
          <mxGeometry height="60" width="21.43" x="165.5" y="44" as="geometry" />
        </mxCell>
        <mxCell id="c-zWKN-_BSrZwwv6UWUC-50" parent="c-zWKN-_BSrZwwv6UWUC-84" style="triangle;whiteSpace=wrap;html=1;direction=north;container=0;movable=1;resizable=1;rotatable=1;deletable=1;editable=1;locked=0;connectable=1;fontFamily=Times New Roman;" value="" vertex="1">
          <mxGeometry height="11" width="11" x="170.71000000000004" y="93" as="geometry" />
        </mxCell>
        <mxCell id="c-zWKN-_BSrZwwv6UWUC-51" parent="c-zWKN-_BSrZwwv6UWUC-84" style="rounded=0;whiteSpace=wrap;html=1;container=0;movable=1;resizable=1;rotatable=1;deletable=1;editable=1;locked=0;connectable=1;fontFamily=Times New Roman;" value="Weight" vertex="1">
          <mxGeometry height="24" width="68.5" x="41.5" y="139" as="geometry" />
        </mxCell>
        <mxCell id="c-zWKN-_BSrZwwv6UWUC-52" parent="c-zWKN-_BSrZwwv6UWUC-84" style="triangle;whiteSpace=wrap;html=1;direction=west;container=0;movable=1;resizable=1;rotatable=1;deletable=1;editable=1;locked=0;connectable=1;fontFamily=Times New Roman;" value="" vertex="1">
          <mxGeometry height="11" width="11" x="99" y="145.5" as="geometry" />
        </mxCell>
        <mxCell id="c-zWKN-_BSrZwwv6UWUC-53" edge="1" parent="c-zWKN-_BSrZwwv6UWUC-84" source="c-zWKN-_BSrZwwv6UWUC-54" style="edgeStyle=orthogonalEdgeStyle;rounded=0;orthogonalLoop=1;jettySize=auto;html=1;exitX=0.5;exitY=0;exitDx=0;exitDy=0;movable=1;resizable=1;rotatable=1;deletable=1;editable=1;locked=0;connectable=1;fontFamily=Times New Roman;">
          <mxGeometry relative="1" as="geometry">
            <mxPoint x="139.79999999999995" y="220" as="targetPoint" />
          </mxGeometry>
        </mxCell>
        <mxCell id="c-zWKN-_BSrZwwv6UWUC-54" parent="c-zWKN-_BSrZwwv6UWUC-84" style="rounded=0;whiteSpace=wrap;html=1;direction=south;rotation=90;container=0;movable=1;resizable=1;rotatable=1;deletable=1;editable=1;locked=0;connectable=1;fontFamily=Times New Roman;" value="FF" vertex="1">
          <mxGeometry height="60" width="21.43" x="129.27999999999997" y="149" as="geometry" />
        </mxCell>
        <mxCell id="c-zWKN-_BSrZwwv6UWUC-55" parent="c-zWKN-_BSrZwwv6UWUC-84" style="triangle;whiteSpace=wrap;html=1;direction=north;rotation=90;container=0;movable=1;resizable=1;rotatable=1;deletable=1;editable=1;locked=0;connectable=1;fontFamily=Times New Roman;" value="" vertex="1">
          <mxGeometry height="11" width="11" x="110.27999999999997" y="173" as="geometry" />
        </mxCell>
-         <mxCell id="c-zWKN-_BSrZwwv6UWUC-86" edge="1" parent="1" source="c-zWKN-_BSrZwwv6UWUC-40" style="endArrow=none;dashed=1;html=1;dashPattern=1 3;strokeWidth=2;rounded=0;fontFamily=Helvetica;fontSize=12;fontColor=default;resizable=1;exitX=1;exitY=0;exitDx=0;exitDy=0;entryX=0;entryY=0;entryDx=0;entryDy=0;" target="c-zWKN-_BSrZwwv6UWUC-4" value="">
+         <mxCell id="c-zWKN-_BSrZwwv6UWUC-86" edge="1" parent="1" source="c-zWKN-_BSrZwwv6UWUC-31" style="endArrow=none;dashed=1;html=1;dashPattern=1 3;strokeWidth=2;rounded=0;fontFamily=Helvetica;fontSize=12;fontColor=default;resizable=1;exitX=1;exitY=0;exitDx=0;exitDy=0;entryX=0;entryY=0;entryDx=0;entryDy=0;" target="c-zWKN-_BSrZwwv6UWUC-4" value="">
          <mxGeometry height="50" relative="1" width="50" as="geometry">
            <mxPoint x="580" y="530" as="sourcePoint" />
            <mxPoint x="630" y="480" as="targetPoint" />
          </mxGeometry>
        </mxCell>
-         <mxCell id="c-zWKN-_BSrZwwv6UWUC-87" edge="1" parent="1" source="c-zWKN-_BSrZwwv6UWUC-40" style="endArrow=none;dashed=1;html=1;dashPattern=1 3;strokeWidth=2;rounded=0;fontFamily=Helvetica;fontSize=12;fontColor=default;resizable=1;exitX=1;exitY=1;exitDx=0;exitDy=0;entryX=0;entryY=1;entryDx=0;entryDy=0;" target="c-zWKN-_BSrZwwv6UWUC-4" value="">
+         <mxCell id="c-zWKN-_BSrZwwv6UWUC-87" edge="1" parent="1" source="c-zWKN-_BSrZwwv6UWUC-31" style="endArrow=none;dashed=1;html=1;dashPattern=1 3;strokeWidth=2;rounded=0;fontFamily=Helvetica;fontSize=12;fontColor=default;resizable=1;exitX=1;exitY=1;exitDx=0;exitDy=0;entryX=0;entryY=1;entryDx=0;entryDy=0;" target="c-zWKN-_BSrZwwv6UWUC-4" value="">
          <mxGeometry height="50" relative="1" width="50" as="geometry">
            <mxPoint x="600" y="542" as="sourcePoint" />
            <mxPoint x="654" y="500" as="targetPoint" />
          </mxGeometry>
        </mxCell>
      </root>
    </mxGraphModel>
  </diagram>
</mxfile>
